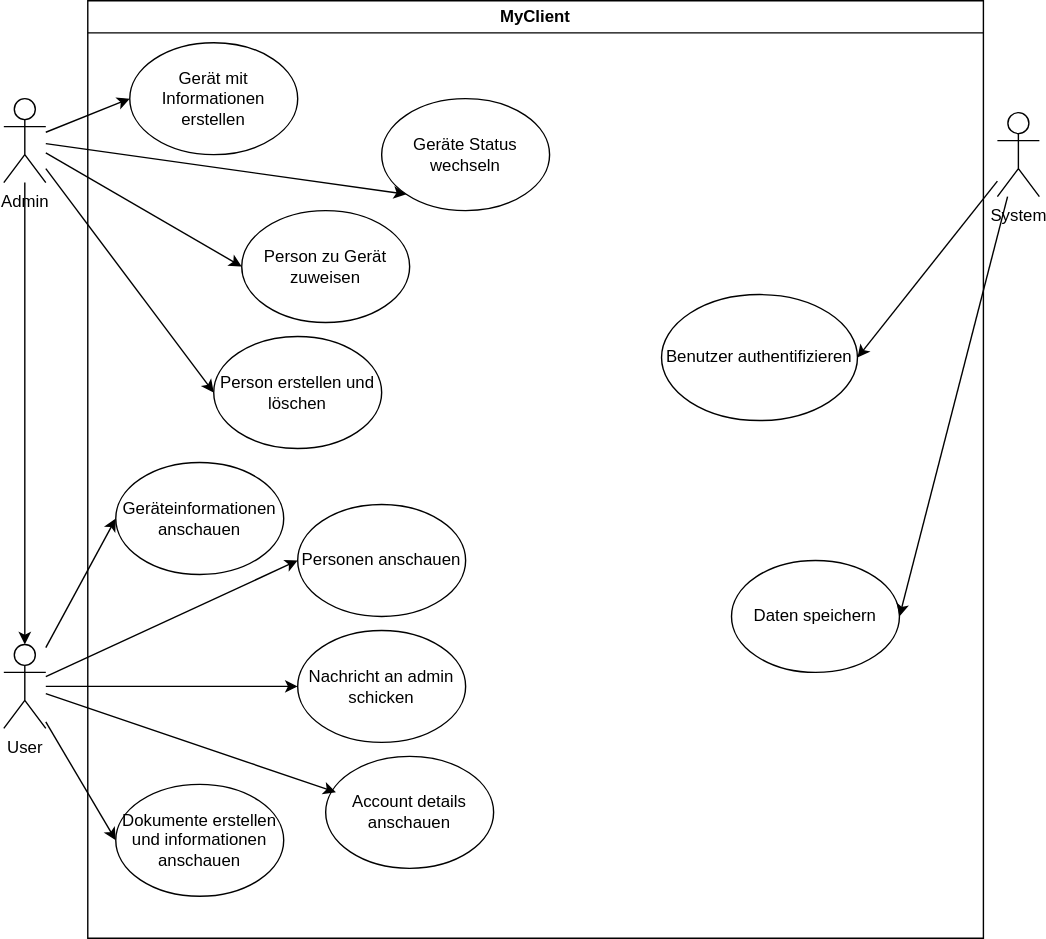
Earlier version of the draw.io export doc/figures/myclient.drawio.svg (chiraant/myclient). Source tidied: cells renumbered, new cells last; positions are measured from the earlier drawing's top-left corner, leaving out a move shared by most shapes.
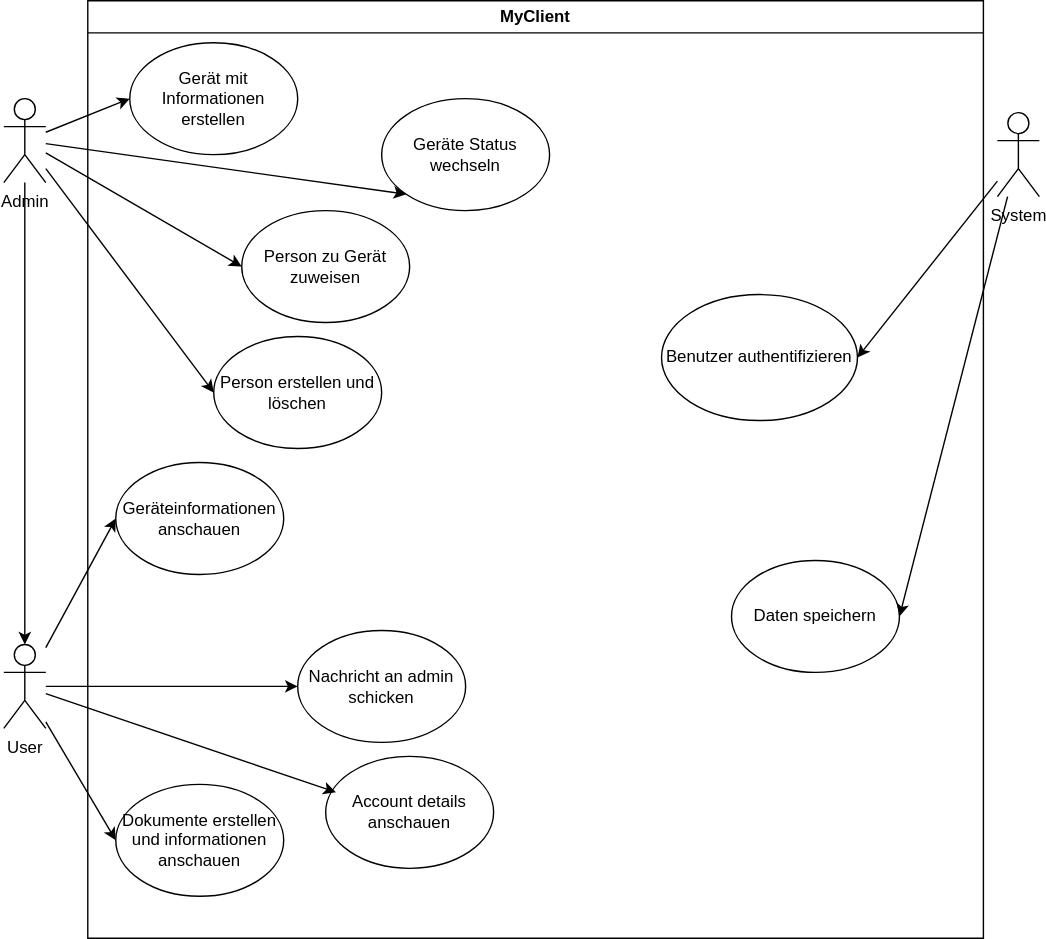
After the change.

What changed in the source:
```diff
@@ -26,9 +26,6 @@
     <mxCell id="9" value="Person erstellen und löschen" style="ellipse;whiteSpace=wrap;html=1;" parent="2" vertex="1">
       <mxGeometry x="90" y="240" width="120" height="80" as="geometry" />
     </mxCell>
-    <mxCell id="10" value="Personen anschauen" style="ellipse;whiteSpace=wrap;html=1;" parent="2" vertex="1">
-      <mxGeometry x="150" y="360" width="120" height="80" as="geometry" />
-    </mxCell>
     <mxCell id="11" value="Nachricht an admin schicken" style="ellipse;whiteSpace=wrap;html=1;" parent="2" vertex="1">
       <mxGeometry x="150" y="450" width="120" height="80" as="geometry" />
     </mxCell>
@@ -59,9 +56,6 @@
     <mxCell id="20" style="edgeStyle=none;html=1;entryX=0;entryY=0.5;entryDx=0;entryDy=0;" parent="1" edge="1" source="24" target="4">
       <mxGeometry relative="1" as="geometry" />
     </mxCell>
-    <mxCell id="21" style="edgeStyle=none;html=1;entryX=0;entryY=0.5;entryDx=0;entryDy=0;" parent="1" edge="1" source="24" target="10">
-      <mxGeometry relative="1" as="geometry" />
-    </mxCell>
     <mxCell id="22" style="edgeStyle=none;html=1;entryX=0;entryY=0.5;entryDx=0;entryDy=0;" parent="1" edge="1" source="24" target="11">
       <mxGeometry relative="1" as="geometry" />
     </mxCell>
```
